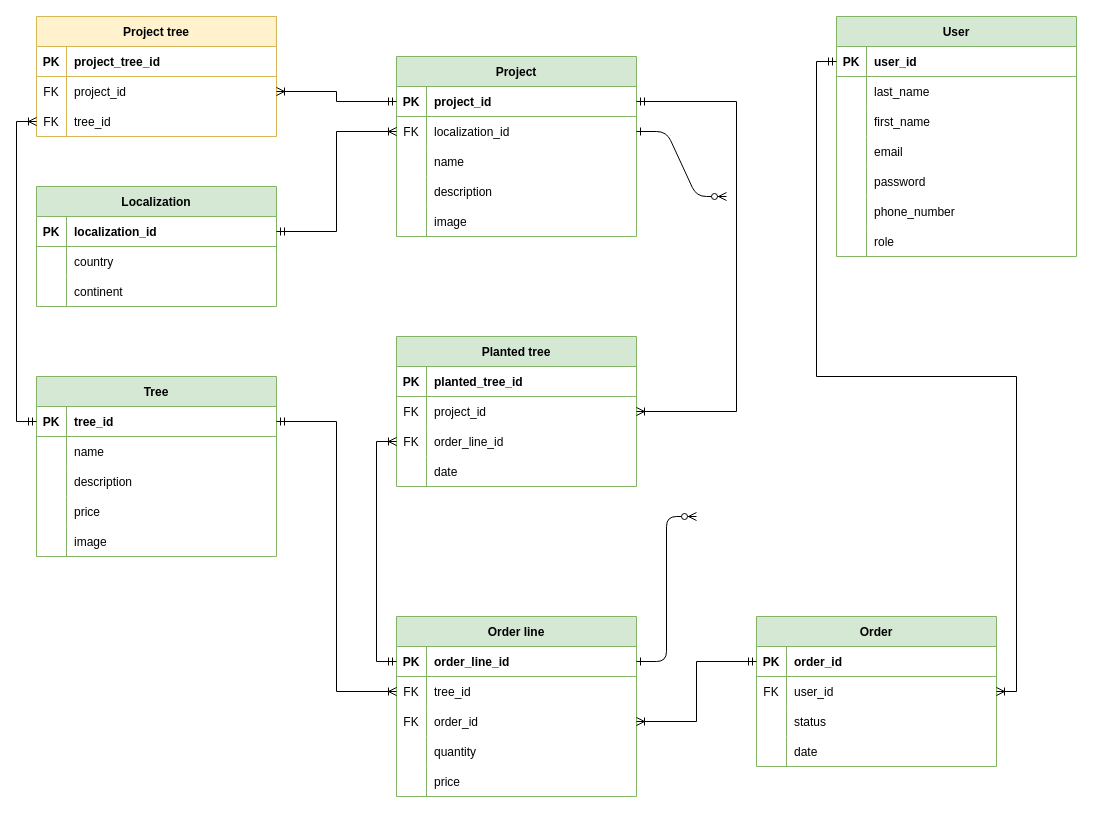
ChloeGarciaMillerand/GreenRoots_Freyja keeps this draw.io diagram as conception/data_models/drawio/ERD.drawio. Above is the earlier version. Source tidied: cells renumbered, new cells numbered last; positions are measured from the earlier drawing's top-left corner, leaving out a move shared by most shapes. Both pictures are drawn from the tidied source at 100%, with x=0, y=0 at pixel (36, 16).
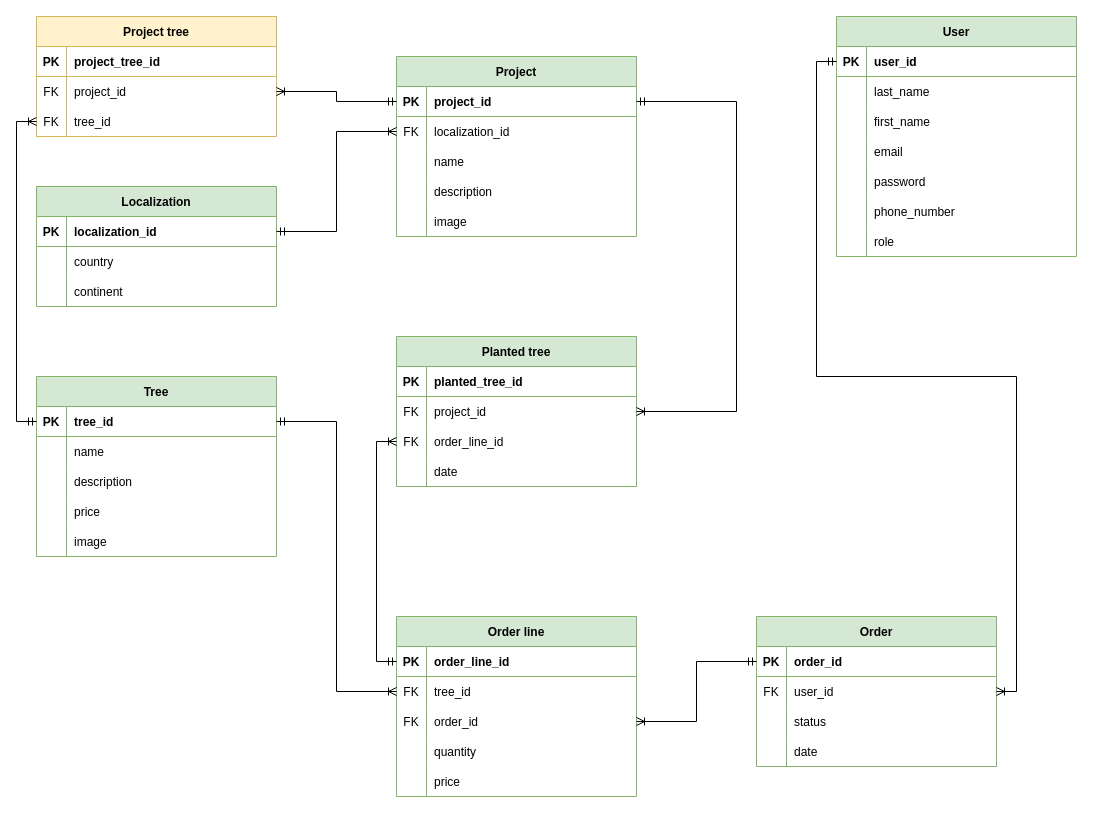
The same diagram, later.

Commit message:
docs(conception): remove unused link in drawio file

The change refers to these unchanged cells:
```xml
<mxCell id="6" style="shape=partialRectangle;fillColor=none;points=[[0,0.5],[1,0.5]];portConstraint=eastwest;top=0;left=0;right=0;bottom=0;" parent="2" vertex="1">
  <mxGeometry y="60" width="240" height="30" as="geometry" />
</mxCell>
<mxCell id="48" style="shape=partialRectangle;fillColor=none;points=[[0,0.5],[1,0.5]];portConstraint=eastwest;top=0;left=0;right=0;bottom=1;strokeColor=#82B366;" parent="47" vertex="1">
  <mxGeometry y="30" width="240" height="30" as="geometry" />
</mxCell>
```

What changed in the source:
```diff
@@
-    <mxCell id="108" style="edgeStyle=entityRelationEdgeStyle;endArrow=ERzeroToMany;startArrow=ERone;endFill=1;startFill=0;entryX=0;entryY=0.5;entryDx=0;entryDy=0;" parent="1" edge="1" source="6">
-      <mxGeometry relative="1" as="geometry">
-        <mxPoint x="690" y="180" as="targetPoint" />
-      </mxGeometry>
-    </mxCell>
-    <mxCell id="109" style="edgeStyle=entityRelationEdgeStyle;endArrow=ERzeroToMany;startArrow=ERone;endFill=1;startFill=0;entryX=0;entryY=0.5;entryDx=0;entryDy=0;exitX=1;exitY=0.5;exitDx=0;exitDy=0;" parent="1" edge="1" source="48">
-      <mxGeometry relative="1" as="geometry">
-        <mxPoint x="660" y="500" as="targetPoint" />
-      </mxGeometry>
-    </mxCell>
```
